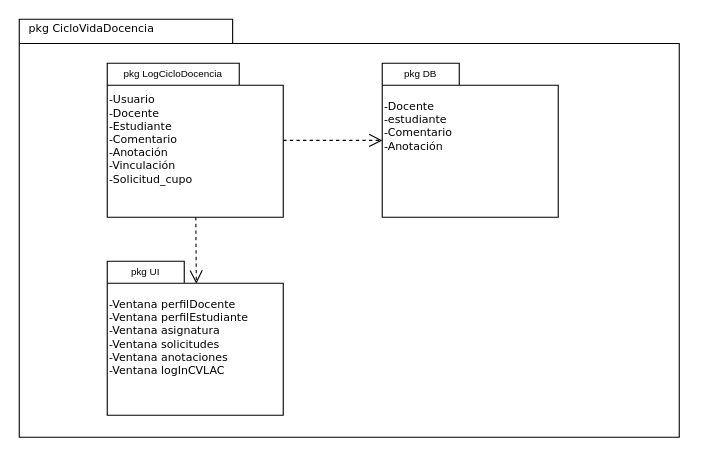
Before: Entregables/Diagrama de paquetes/Paquetes.drawio in Cesar-580/ciclo-de-vida-de-la-docencia-ing-software, a draw.io diagram. Source tidied: cells renumbered, new cells numbered last; positions are measured from the earlier drawing's top-left corner, leaving out a move shared by most shapes. Both pictures are drawn from the tidied source at 110%, with x=0, y=0 at pixel (19, 19).
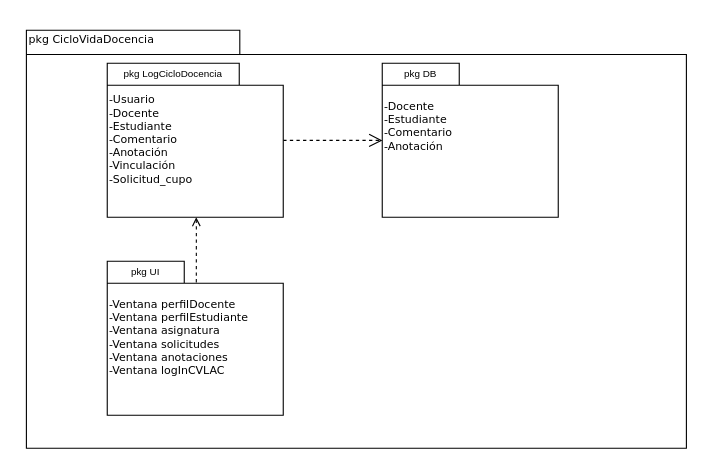
The same page after the edit.

Commit message (it also covers changes not shown here):
Se hacen las últimas correcciones a la entrega final y diagramas

The edit, as a diff of the source:
```diff
@@
 <mxGraphModel>
   <root>
     <mxCell id="0" />
     <mxCell id="1" parent="0" />
     <mxCell id="2" style="shape=folder;fontStyle=1;spacingTop=10;tabWidth=194;tabHeight=22;tabPosition=left;html=1;rounded=0;shadow=0;comic=0;labelBackgroundColor=none;strokeWidth=1;fillColor=none;fontFamily=Verdana;fontSize=10;align=center;" parent="1" vertex="1">
-      <mxGeometry width="600" height="380" as="geometry" />
+      <mxGeometry x="6.5" y="10" width="600" height="380" as="geometry" />
     </mxCell>
     <mxCell id="3" value="pkg CicloVidaDocencia" style="text;html=1;align=left;verticalAlign=top;spacingTop=-4;fontSize=10;fontFamily=Verdana;" parent="1" vertex="1">
-      <mxGeometry x="6.5" width="130" height="20" as="geometry" />
+      <mxGeometry x="6.5" y="10" width="130" height="20" as="geometry" />
     </mxCell>
     <mxCell id="4" style="edgeStyle=none;rounded=0;html=1;dashed=1;labelBackgroundColor=none;startFill=0;endArrow=open;endFill=0;endSize=10;fontFamily=Verdana;fontSize=10;entryX=0.001;entryY=0.501;entryPerimeter=0;entryDx=0;entryDy=0;" parent="1" edge="1" source="7" target="6">
       <mxGeometry relative="1" as="geometry" />
     </mxCell>
-    <mxCell id="5" style="edgeStyle=none;rounded=0;html=1;dashed=1;labelBackgroundColor=none;startFill=0;endArrow=open;endFill=0;endSize=10;fontFamily=Verdana;fontSize=10;entryX=0.506;entryY=0.146;entryDx=0;entryDy=0;entryPerimeter=0;" parent="1" edge="1" source="7" target="8">
-      <mxGeometry relative="1" as="geometry" />
+    <mxCell id="5" style="edgeStyle=none;rounded=0;html=1;dashed=1;labelBackgroundColor=none;startFill=0;endArrow=none;endFill=0;endSize=10;fontFamily=Verdana;fontSize=10;entryX=0.506;entryY=0.146;entryDx=0;entryDy=0;entryPerimeter=0;startArrow=open;strokeWidth=1;targetPerimeterSpacing=0;sourcePerimeterSpacing=0;" parent="1" edge="1" source="7" target="8">
+      <mxGeometry relative="1" as="geometry">
+        <Array as="points">
+          <mxPoint x="161" y="190" />
+        </Array>
+      </mxGeometry>
     </mxCell>
-    <mxCell id="6" value="&lt;br&gt;&lt;br&gt;-Docente&lt;br&gt;-estudiante&lt;br&gt;-Comentario&lt;br&gt;-Anotación&lt;br&gt;&lt;br&gt;&lt;br&gt;&lt;br&gt;&lt;br&gt;&lt;br&gt;" style="shape=folder;fontStyle=0;spacingTop=10;tabWidth=70;tabHeight=20;tabPosition=left;html=1;rounded=0;shadow=0;comic=0;labelBackgroundColor=none;strokeColor=#000000;strokeWidth=1;fillColor=#ffffff;fontFamily=Verdana;fontSize=10;fontColor=#000000;align=left;" parent="1" vertex="1">
+    <mxCell id="6" value="-Docente&lt;br&gt;-Estudiante&lt;br&gt;-Comentario&lt;br&gt;-Anotación&lt;br&gt;&lt;br&gt;&lt;br&gt;&lt;br&gt;" style="shape=folder;fontStyle=0;spacingTop=10;tabWidth=70;tabHeight=20;tabPosition=left;html=1;rounded=0;shadow=0;comic=0;labelBackgroundColor=none;strokeColor=#000000;strokeWidth=1;fillColor=#ffffff;fontFamily=Verdana;fontSize=10;fontColor=#000000;align=left;" parent="1" vertex="1">
       <mxGeometry x="330" y="40" width="160" height="140" as="geometry" />
     </mxCell>
     <mxCell id="7" value="&lt;span&gt;&lt;br&gt;&lt;br&gt;&lt;br&gt;&lt;br&gt;-Usuario&lt;br&gt;-Docente&lt;br&gt;&lt;/span&gt;-Estudiante&lt;br&gt;&lt;span&gt;-Comentario&lt;br&gt;-Anotación&lt;br&gt;-Vinculación&lt;br&gt;-Solicitud_cupo&lt;br&gt;&lt;br&gt;&lt;br&gt;&lt;br&gt;&lt;br&gt;&lt;br&gt;&lt;/span&gt;" style="shape=folder;fontStyle=0;spacingTop=10;tabWidth=120;tabHeight=20;tabPosition=left;html=1;rounded=0;shadow=0;comic=0;labelBackgroundColor=none;strokeColor=#000000;strokeWidth=1;fillColor=#ffffff;fontFamily=Verdana;fontSize=10;fontColor=#000000;align=left;" parent="1" vertex="1">
       <mxGeometry x="80" y="40" width="160" height="140" as="geometry" />
     </mxCell>
     <mxCell id="8" value="&lt;br&gt;&lt;br&gt;&lt;br&gt;-Ventana perfilDocente&lt;br&gt;-Ventana perfilEstudiante&lt;br&gt;-Ventana asignatura&lt;br&gt;-Ventana solicitudes&lt;br&gt;-Ventana anotaciones&lt;br&gt;-Ventana logInCVLAC&lt;br&gt;&lt;br&gt;&lt;br&gt;&lt;br&gt;&lt;br&gt;" style="shape=folder;fontStyle=0;spacingTop=10;tabWidth=70;tabHeight=20;tabPosition=left;html=1;rounded=0;shadow=0;comic=0;labelBackgroundColor=none;strokeColor=#000000;strokeWidth=1;fillColor=#ffffff;fontFamily=Verdana;fontSize=10;fontColor=#000000;align=left;" parent="1" vertex="1">
       <mxGeometry x="80" y="220" width="160" height="140" as="geometry" />
     </mxCell>
     <mxCell id="9" value="pkg LogCicloDocencia" style="text;html=1;strokeColor=none;fillColor=none;align=center;verticalAlign=middle;whiteSpace=wrap;rounded=0;fontSize=9;" parent="1" vertex="1">
       <mxGeometry x="80" y="40" width="120" height="20" as="geometry" />
     </mxCell>
     <mxCell id="10" value="pkg UI" style="text;html=1;strokeColor=none;fillColor=none;align=center;verticalAlign=middle;whiteSpace=wrap;rounded=0;fontSize=9;" parent="1" vertex="1">
       <mxGeometry x="80" y="220" width="70" height="20" as="geometry" />
     </mxCell>
     <mxCell id="11" value="pkg DB" style="text;html=1;strokeColor=none;fillColor=none;align=center;verticalAlign=middle;whiteSpace=wrap;rounded=0;fontSize=9;" parent="1" vertex="1">
       <mxGeometry x="330" y="40" width="70" height="20" as="geometry" />
     </mxCell>
   </root>
 </mxGraphModel>
```
